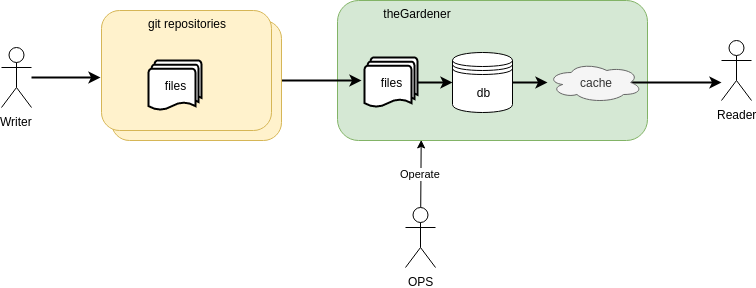
The draw.io diagram documentation/assets/images/theGardener_role_ops_operate.png in KelkooGroup/theGardener, before a commit. Source tidied: cells renumbered, new cells last; positions are measured from the earlier drawing's top-left corner, leaving out a move shared by most shapes.
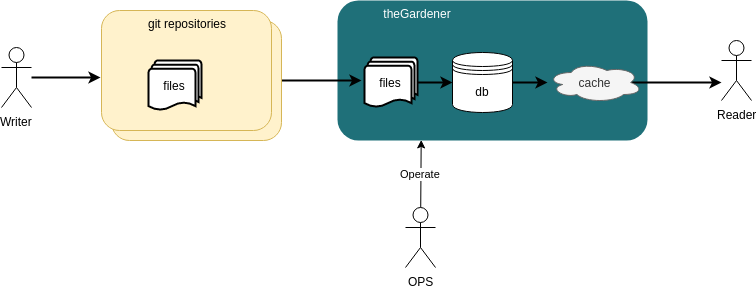
Above is the later version.

Change to the diagram source:
```diff
@@ -2,7 +2,7 @@
   <root>
     <mxCell id="0" />
     <mxCell id="1" parent="0" />
-    <mxCell id="2" style="rounded=1;whiteSpace=wrap;html=1;fillColor=#d5e8d4;strokeColor=#82b366;" parent="1" vertex="1">
+    <mxCell id="2" style="rounded=1;whiteSpace=wrap;html=1;fillColor=#1F7079;strokeColor=none;" parent="1" vertex="1">
       <mxGeometry x="336" width="310" height="140" as="geometry" />
     </mxCell>
     <mxCell id="3" style="rounded=0;jettySize=auto;html=1;exitX=1;exitY=0.5;exitDx=0;exitDy=0;strokeWidth=2;" parent="1" edge="1" source="4">
@@ -25,7 +25,7 @@
     <mxCell id="8" value="db" style="shape=datastore;whiteSpace=wrap;html=1;" parent="1" vertex="1">
       <mxGeometry x="451" y="52" width="60" height="60" as="geometry" />
     </mxCell>
-    <mxCell id="9" value="&lt;div&gt;theGardener&lt;/div&gt;&lt;div&gt;&lt;br&gt;&lt;/div&gt;" style="text;html=1;strokeColor=none;fillColor=none;align=center;verticalAlign=middle;whiteSpace=wrap;rounded=0;" parent="1" vertex="1">
+    <mxCell id="9" value="&lt;div&gt;theGardener&lt;/div&gt;&lt;div&gt;&lt;br&gt;&lt;/div&gt;" style="text;html=1;strokeColor=none;fillColor=none;align=center;verticalAlign=middle;whiteSpace=wrap;rounded=0;fontColor=#FFFFFF;" parent="1" vertex="1">
       <mxGeometry x="396" y="10" width="40" height="20" as="geometry" />
     </mxCell>
     <mxCell id="10" style="rounded=1;whiteSpace=wrap;html=1;fillColor=#fff2cc;strokeColor=#d6b656;" parent="1" vertex="1">
```
